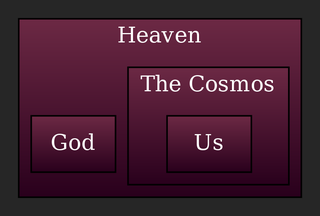
Before: graphs/Topology.png, a diagram exported from Graphviz (julianfl0w/Deism). Its source is kept beside it as graphs/Topology.dot.
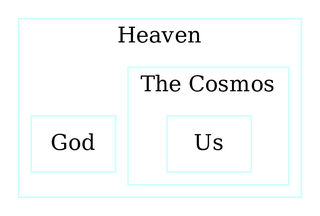
After the commit.

The edit, as a diff of the source:
```diff
@@ -1,33 +1,33 @@
 digraph D {
 rankdir = TB
 style = filled
-fontcolor = white
-color = white
-bgcolor = "#262626"
+fontcolor = black
+color = black
+bgcolor = white
 gradientangle = 0
 dpi = 300
-subgraph "cluster_112"{
+subgraph "cluster_113"{
 penwidth=1;
  rankdir=TB;
  shape=box;
- color=black;
- fontcolor=white;
- fillcolor="#6C2944:#29001C";
+ color="#ccffff";
+ fontcolor=black;
+ fillcolor=white;
  style=filled;
  gradientangle=270.05;
  label="Heaven";
- "cluster_113" [penwidth=1, rankdir=TB, shape=box, color=black, fontcolor=white, fillcolor="#6C2944:#29001C", style=filled, gradientangle=270.05, label="God"]
-subgraph "cluster_114"{
+ "cluster_114" [penwidth=1, rankdir=TB, shape=box, color="#ccffff", fontcolor=black, fillcolor=white, style=filled, gradientangle=270.05, label="God"]
+subgraph "cluster_115"{
 penwidth=1;
  rankdir=TB;
  shape=box;
- color=black;
- fontcolor=white;
- fillcolor="#6C2944:#29001C";
+ color="#ccffff";
+ fontcolor=black;
+ fillcolor=white;
  style=filled;
  gradientangle=270.05;
  label="The Cosmos";
- "cluster_115" [penwidth=1, rankdir=TB, shape=box, color=black, fontcolor=white, fillcolor="#6C2944:#29001C", style=filled, gradientangle=270.05, label="Us"]
+ "cluster_116" [penwidth=1, rankdir=TB, shape=box, color="#ccffff", fontcolor=black, fillcolor=white, style=filled, gradientangle=270.05, label="Us"]
 }
 }
 }
```
